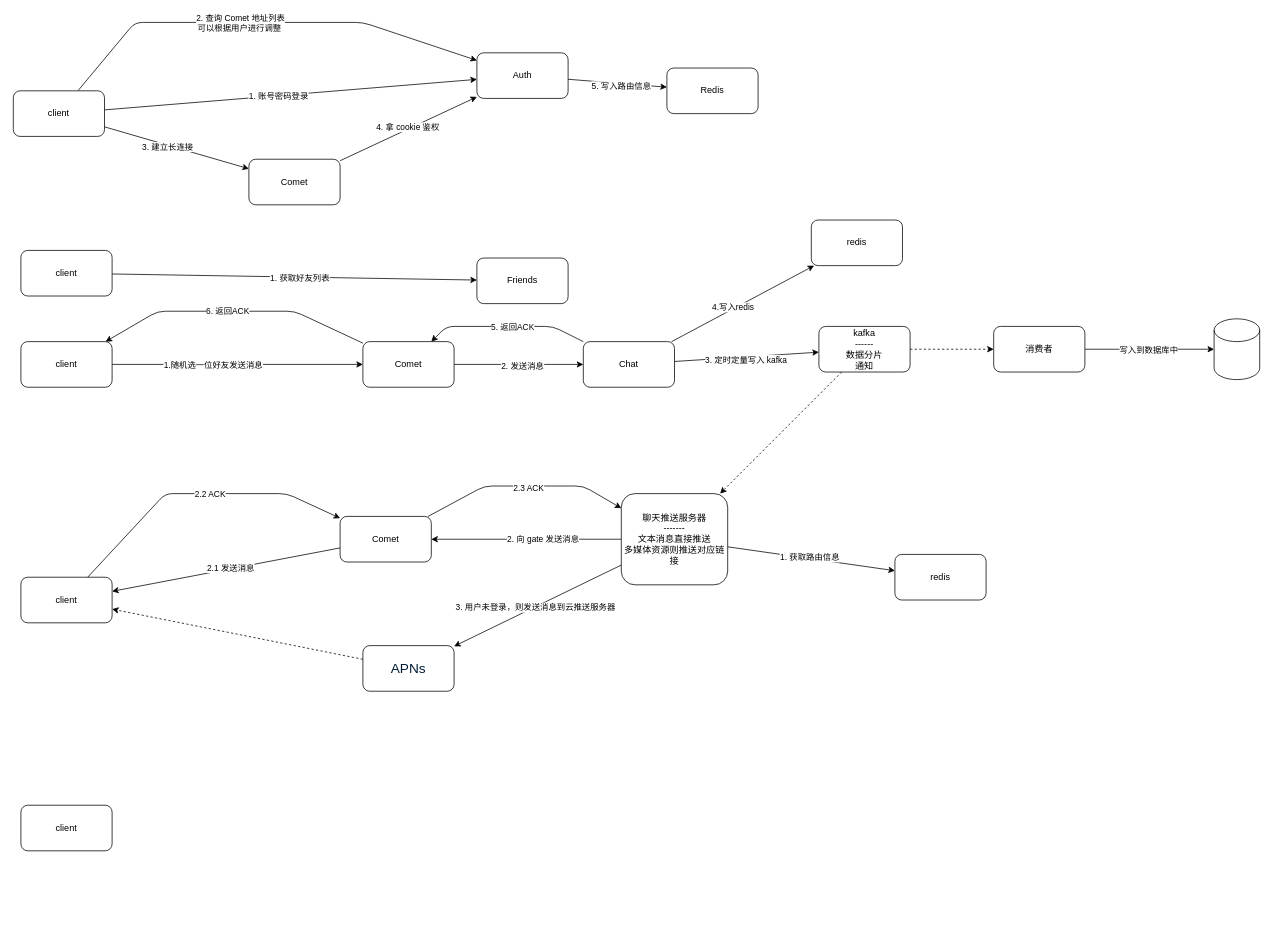
The draw.io diagram _docs/architect/process.drawio in ruandao/distribute-im-gateway, before the edit. Source tidied: cells renumbered, new cells numbered last; positions are measured from the earlier drawing's top-left corner, leaving out a move shared by most shapes. Both pictures are drawn from the tidied source at 76%, with x=0, y=0 at pixel (13, 22).
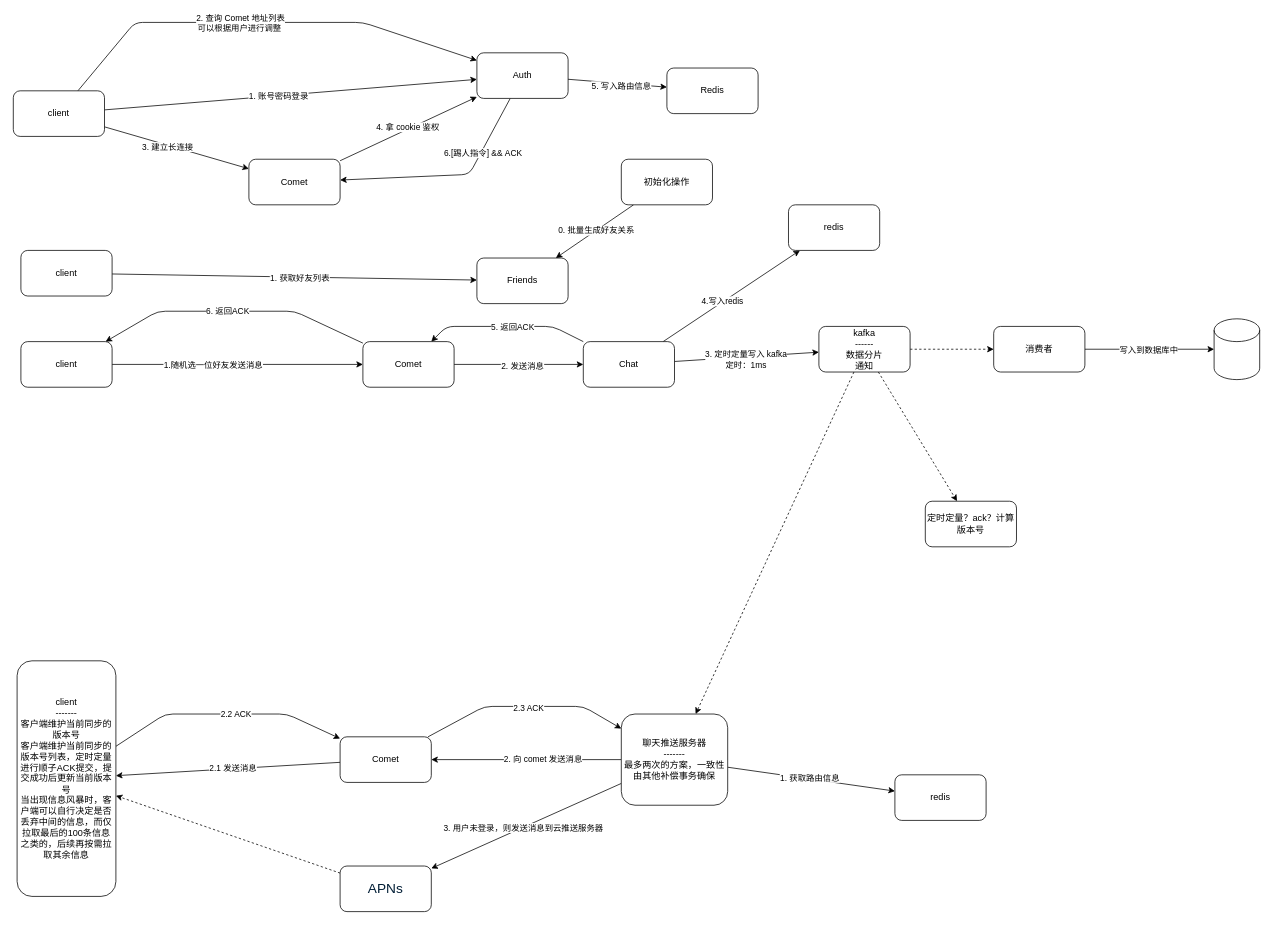
The same page after the edit.

Unchanged cells that the change refers to:
```xml
<mxCell id="11" value="Auth" style="rounded=1;whiteSpace=wrap;html=1;" parent="1" vertex="1">
  <mxGeometry x="610" y="40" width="120" height="60" as="geometry" />
</mxCell>
<mxCell id="16" value="Comet" style="rounded=1;whiteSpace=wrap;html=1;" parent="1" vertex="1">
  <mxGeometry x="310" y="180" width="120" height="60" as="geometry" />
</mxCell>
<mxCell id="17" value="Friends" style="rounded=1;whiteSpace=wrap;html=1;" parent="1" vertex="1">
  <mxGeometry x="610" y="310" width="120" height="60" as="geometry" />
</mxCell>
<mxCell id="27" style="edgeStyle=none;html=1;" parent="1" edge="1" source="35" target="38">
  <mxGeometry relative="1" as="geometry" />
</mxCell>
<mxCell id="33" style="edgeStyle=none;html=1;" parent="1" edge="1" source="57" target="49">
  <mxGeometry relative="1" as="geometry" />
</mxCell>
<mxCell id="38" value="kafka&lt;br&gt;------&lt;br&gt;数据分片&lt;br&gt;通知" style="rounded=1;whiteSpace=wrap;html=1;" parent="1" vertex="1">
  <mxGeometry x="1060" y="400" width="120" height="60" as="geometry" />
</mxCell>
```

Change to the diagram source:
```diff
@@
+    <mxCell id="62" style="edgeStyle=none;html=1;" parent="1" edge="1" source="11" target="16">
+      <mxGeometry relative="1" as="geometry">
+        <Array as="points">
+          <mxPoint x="600" y="200" />
+        </Array>
+      </mxGeometry>
+    </mxCell>
+    <mxCell id="63" value="6.[踢人指令] &amp;amp;&amp;amp; ACK" style="edgeLabel;html=1;align=center;verticalAlign=middle;" parent="62" vertex="1">
+      <mxGeometry x="-0.44" y="1" relative="1" as="geometry">
+        <mxPoint y="1" as="offset" />
+      </mxGeometry>
+    </mxCell>
@@
-    <mxCell id="28" value="3. 定时定量写入 kafka" style="edgeLabel;html=1;align=center;verticalAlign=middle;" parent="27" vertex="1">
+    <mxCell id="28" value="3. 定时定量写入 kafka&lt;br&gt;定时：1ms" style="edgeLabel;html=1;align=center;verticalAlign=middle;" parent="27" vertex="1">
       <mxGeometry x="-0.02" y="-3" relative="1" as="geometry" />
     </mxCell>
@@
-    <mxCell id="34" value="2. 向 gate 发送消息" style="edgeLabel;html=1;align=center;verticalAlign=middle;" parent="33" vertex="1">
+    <mxCell id="34" value="2. 向 comet 发送消息" style="edgeLabel;html=1;align=center;verticalAlign=middle;" parent="33" vertex="1">
       <mxGeometry x="-0.17" y="-1" relative="1" as="geometry" />
     </mxCell>
@@
+    <mxCell id="64" style="edgeStyle=none;html=1;dashed=1;" parent="1" edge="1" source="38" target="68">
+      <mxGeometry relative="1" as="geometry" />
+    </mxCell>
@@
     <mxCell id="39" value="redis" style="rounded=1;whiteSpace=wrap;html=1;" parent="1" vertex="1">
-      <mxGeometry x="1050" y="260" width="120" height="60" as="geometry" />
+      <mxGeometry x="1020" y="240" width="120" height="60" as="geometry" />
     </mxCell>
@@
     <mxCell id="47" style="edgeStyle=none;html=1;" parent="1" edge="1" source="49" target="57">
       <mxGeometry relative="1" as="geometry">
         <Array as="points">
-          <mxPoint x="620" y="610" />
-          <mxPoint x="750" y="610" />
+          <mxPoint x="620" y="900" />
+          <mxPoint x="750" y="900" />
         </Array>
       </mxGeometry>
     </mxCell>
@@
     <mxCell id="49" value="Comet" style="rounded=1;whiteSpace=wrap;html=1;" parent="1" vertex="1">
-      <mxGeometry x="430" y="650" width="120" height="60" as="geometry" />
+      <mxGeometry x="430" y="940" width="120" height="60" as="geometry" />
     </mxCell>
     <mxCell id="50" style="edgeStyle=none;html=1;" parent="1" edge="1" source="52" target="49">
       <mxGeometry relative="1" as="geometry">
         <Array as="points">
-          <mxPoint x="200" y="620" />
-          <mxPoint x="360" y="620" />
+          <mxPoint x="200" y="910" />
+          <mxPoint x="360" y="910" />
         </Array>
       </mxGeometry>
     </mxCell>
@@
-    <mxCell id="52" value="client" style="rounded=1;whiteSpace=wrap;html=1;" parent="1" vertex="1">
-      <mxGeometry x="10" y="730" width="120" height="60" as="geometry" />
+    <mxCell id="52" value="client&lt;br&gt;-------&lt;br&gt;客户端维护当前同步的版本号&lt;div&gt;客户端维护当前同步的版本号列表，定时定量进行顺子ACK提交，提交成功后更新当前版本号&lt;/div&gt;&lt;div&gt;当出现信息风暴时，客户端可以自行决定是否丢弃中间的信息，而仅拉取最后的100条信息之类的，后续再按需拉取其余信息&lt;/div&gt;" style="rounded=1;whiteSpace=wrap;html=1;" parent="1" vertex="1">
+      <mxGeometry x="5" y="840" width="130" height="310" as="geometry" />
     </mxCell>
@@
-    <mxCell id="57" value="聊天推送服务器&lt;br&gt;-------&lt;br&gt;文本消息直接推送&lt;br&gt;多媒体资源则推送对应链接" style="rounded=1;whiteSpace=wrap;html=1;" parent="1" vertex="1">
-      <mxGeometry x="800" y="620" width="140" height="120" as="geometry" />
+    <mxCell id="57" value="聊天推送服务器&lt;br&gt;-------&lt;br&gt;最多两次的方案，&lt;span style=&quot;background-color: transparent;&quot;&gt;一致性由其他补偿事务确保&lt;/span&gt;" style="rounded=1;whiteSpace=wrap;html=1;" parent="1" vertex="1">
+      <mxGeometry x="800" y="910" width="140" height="120" as="geometry" />
     </mxCell>
     <mxCell id="58" value="redis" style="rounded=1;whiteSpace=wrap;html=1;" parent="1" vertex="1">
-      <mxGeometry x="1160" y="700" width="120" height="60" as="geometry" />
+      <mxGeometry x="1160" y="990" width="120" height="60" as="geometry" />
     </mxCell>
@@
     <mxCell id="60" value="&lt;span style=&quot;color: rgb(0, 29, 53); font-family: Arial, sans-serif; font-size: 18px; text-align: start; background-color: rgb(255, 255, 255);&quot;&gt;APNs&lt;/span&gt;" style="rounded=1;whiteSpace=wrap;html=1;" parent="1" vertex="1">
-      <mxGeometry x="460" y="820" width="120" height="60" as="geometry" />
+      <mxGeometry x="430" y="1110" width="120" height="60" as="geometry" />
     </mxCell>
-    <mxCell id="61" value="client" style="rounded=1;whiteSpace=wrap;html=1;" parent="1" vertex="1">
-      <mxGeometry x="10" y="1030" width="120" height="60" as="geometry" />
-    </mxCell>
+    <mxCell id="65" style="edgeStyle=none;html=1;" parent="1" edge="1" source="67" target="17">
+      <mxGeometry relative="1" as="geometry" />
+    </mxCell>
+    <mxCell id="66" value="0. 批量生成好友关系" style="edgeLabel;html=1;align=center;verticalAlign=middle;" parent="65" vertex="1">
+      <mxGeometry x="-0.01" y="-1" relative="1" as="geometry">
+        <mxPoint x="1" as="offset" />
+      </mxGeometry>
+    </mxCell>
+    <mxCell id="67" value="初始化操作" style="rounded=1;whiteSpace=wrap;html=1;" parent="1" vertex="1">
+      <mxGeometry x="800" y="180" width="120" height="60" as="geometry" />
+    </mxCell>
+    <mxCell id="68" value="定时定量？ack？计算版本号" style="rounded=1;whiteSpace=wrap;html=1;" parent="1" vertex="1">
+      <mxGeometry x="1200" y="630" width="120" height="60" as="geometry" />
+    </mxCell>
```
